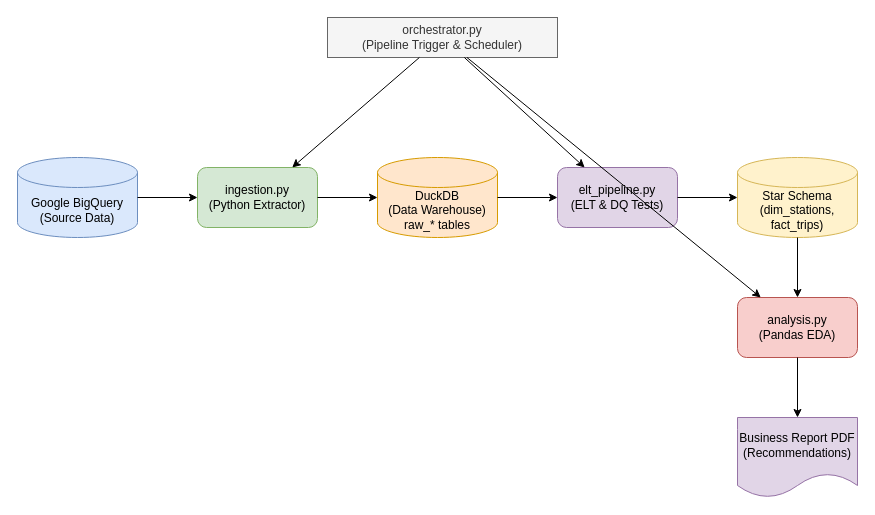
Earlier version of the draw.io diagram pipeline_architecture.drawio (hengds2f/london_bicycles_pipeline). Source tidied: cells renumbered, new cells numbered last; positions are measured from the earlier drawing's top-left corner, leaving out a move shared by most shapes. Both pictures are drawn from the tidied source at 100%, with x=0, y=0 at pixel (17, 17).
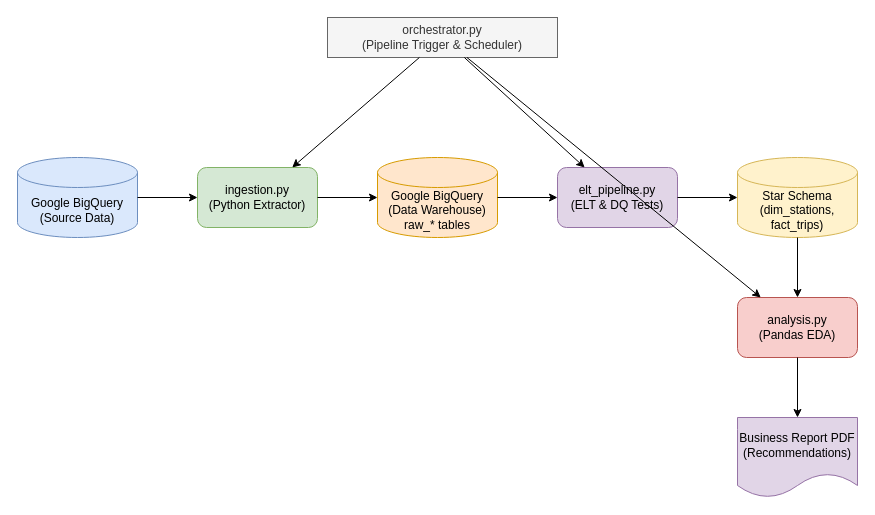
The same diagram, later.

Commit message (it also covers changes not shown here):
Update to load data to Google Bigquery

What changed in the source:
```diff
@@
 <mxGraphModel>
   <root>
     <mxCell id="0" />
     <mxCell id="1" parent="0" />
     <mxCell id="2" value="Google BigQuery&#10;(Source Data)" style="shape=cylinder3;whiteSpace=wrap;html=1;boundedLbl=1;backgroundOutline=1;size=15;fillColor=#dae8fc;strokeColor=#6c8ebf;" parent="1" vertex="1">
       <mxGeometry y="140" width="120" height="80" as="geometry" />
     </mxCell>
     <mxCell id="3" value="ingestion.py&#10;(Python Extractor)" style="rounded=1;whiteSpace=wrap;html=1;fillColor=#d5e8d4;strokeColor=#82b366;" parent="1" vertex="1">
       <mxGeometry x="180" y="150" width="120" height="60" as="geometry" />
     </mxCell>
-    <mxCell id="4" value="DuckDB&#10;(Data Warehouse)&#10;raw_* tables" style="shape=cylinder3;whiteSpace=wrap;html=1;boundedLbl=1;backgroundOutline=1;size=15;fillColor=#ffe6cc;strokeColor=#d79b00;" parent="1" vertex="1">
+    <mxCell id="4" value="Google BigQuery&#10;(Data Warehouse)&#10;raw_* tables" style="shape=cylinder3;whiteSpace=wrap;html=1;boundedLbl=1;backgroundOutline=1;size=15;fillColor=#ffe6cc;strokeColor=#d79b00;" parent="1" vertex="1">
       <mxGeometry x="360" y="140" width="120" height="80" as="geometry" />
     </mxCell>
     <mxCell id="5" value="elt_pipeline.py&#10;(ELT &amp; DQ Tests)" style="rounded=1;whiteSpace=wrap;html=1;fillColor=#e1d5e7;strokeColor=#9673a6;" parent="1" vertex="1">
       <mxGeometry x="540" y="150" width="120" height="60" as="geometry" />
     </mxCell>
     <mxCell id="6" value="Star Schema&#10;(dim_stations, fact_trips)" style="shape=cylinder3;whiteSpace=wrap;html=1;boundedLbl=1;backgroundOutline=1;size=15;fillColor=#fff2cc;strokeColor=#d6b656;" parent="1" vertex="1">
       <mxGeometry x="720" y="140" width="120" height="80" as="geometry" />
     </mxCell>
     <mxCell id="7" value="analysis.py&#10;(Pandas EDA)" style="rounded=1;whiteSpace=wrap;html=1;fillColor=#f8cecc;strokeColor=#b85450;" parent="1" vertex="1">
       <mxGeometry x="720" y="280" width="120" height="60" as="geometry" />
     </mxCell>
     <mxCell id="8" value="orchestrator.py&#10;(Pipeline Trigger &amp; Scheduler)" style="rounded=0;whiteSpace=wrap;html=1;fillColor=#f5f5f5;fontColor=#333333;strokeColor=#666666;" parent="1" vertex="1">
       <mxGeometry x="310" width="230" height="40" as="geometry" />
     </mxCell>
     <mxCell id="9" value="Business Report PDF&#10;(Recommendations)" style="shape=document;whiteSpace=wrap;html=1;boundedLbl=1;fillColor=#e1d5e7;strokeColor=#9673a6;" parent="1" vertex="1">
       <mxGeometry x="720" y="400" width="120" height="80" as="geometry" />
     </mxCell>
     <mxCell id="10" parent="1" edge="1" source="2" target="3">
       <mxGeometry relative="1" as="geometry" />
     </mxCell>
     <mxCell id="11" parent="1" edge="1" source="3" target="4">
       <mxGeometry relative="1" as="geometry" />
     </mxCell>
     <mxCell id="12" parent="1" edge="1" source="4" target="5">
       <mxGeometry relative="1" as="geometry" />
     </mxCell>
     <mxCell id="13" parent="1" edge="1" source="5" target="6">
       <mxGeometry relative="1" as="geometry" />
     </mxCell>
     <mxCell id="14" parent="1" edge="1" source="6" target="7">
       <mxGeometry relative="1" as="geometry" />
     </mxCell>
     <mxCell id="15" parent="1" edge="1" source="7" target="9">
       <mxGeometry relative="1" as="geometry" />
     </mxCell>
     <mxCell id="16" parent="1" edge="1" source="8" target="3">
       <mxGeometry relative="1" as="geometry" />
     </mxCell>
     <mxCell id="17" parent="1" edge="1" source="8" target="5">
       <mxGeometry relative="1" as="geometry" />
     </mxCell>
     <mxCell id="18" parent="1" edge="1" source="8" target="7">
       <mxGeometry relative="1" as="geometry" />
     </mxCell>
   </root>
 </mxGraphModel>
```
